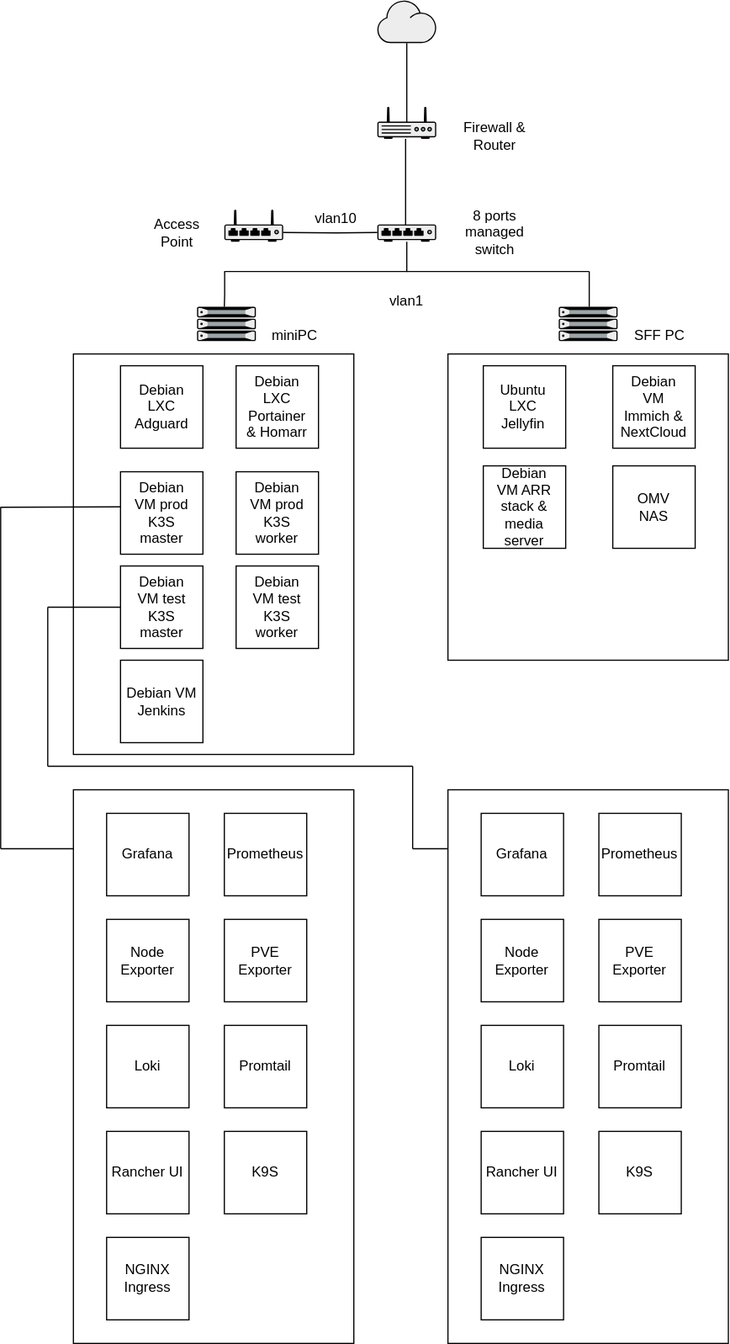
This is homelab.svg from AlexStefan17/homelab, a draw.io export, as it was before one commit. Source tidied: cells renumbered, new cells last; positions are measured from the earlier drawing's top-left corner, leaving out a move shared by most shapes.
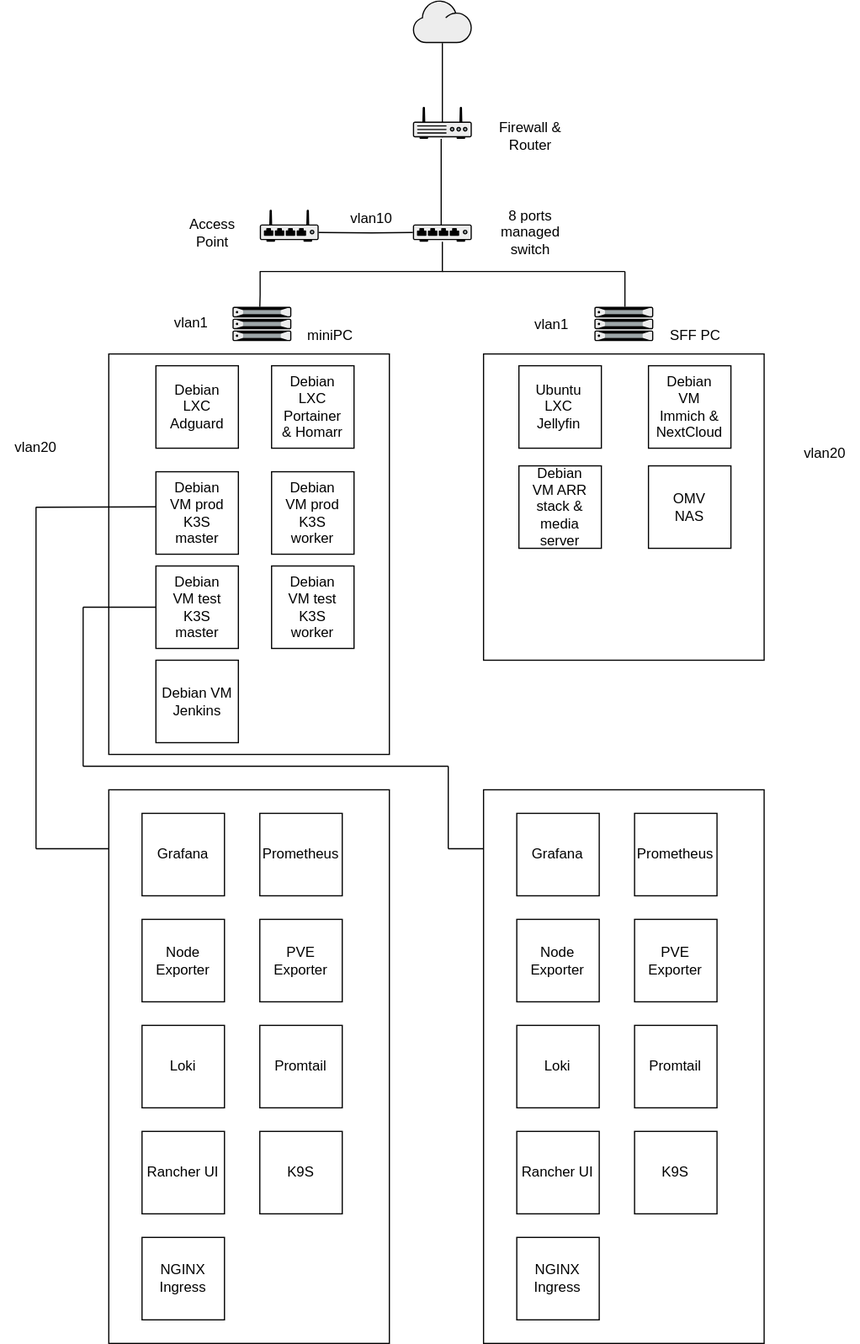
The same diagram one commit later.

Diff of the diagram source:
```diff
@@ -267,10 +267,19 @@
       </mxGeometry>
     </mxCell>
     <mxCell id="71" value="vlan1" style="text;html=1;whiteSpace=wrap;strokeColor=none;fillColor=none;align=center;verticalAlign=middle;rounded=0;" parent="1" vertex="1">
-      <mxGeometry x="315" y="240" width="60" height="30" as="geometry" />
+      <mxGeometry x="101.8" y="259.1" width="60" height="30" as="geometry" />
     </mxCell>
     <mxCell id="72" value="vlan10" style="text;html=1;whiteSpace=wrap;strokeColor=none;fillColor=none;align=center;verticalAlign=middle;rounded=0;" parent="1" vertex="1">
       <mxGeometry x="255" y="170" width="60" height="30" as="geometry" />
     </mxCell>
+    <mxCell id="73" value="vlan1" style="text;html=1;whiteSpace=wrap;strokeColor=none;fillColor=none;align=center;verticalAlign=middle;rounded=0;" parent="1" vertex="1">
+      <mxGeometry x="408.2" y="260" width="60" height="30" as="geometry" />
+    </mxCell>
+    <mxCell id="74" value="vlan20" style="text;html=1;whiteSpace=wrap;strokeColor=none;fillColor=none;align=center;verticalAlign=middle;rounded=0;" parent="1" vertex="1">
+      <mxGeometry x="-30" y="365" width="60" height="30" as="geometry" />
+    </mxCell>
+    <mxCell id="75" value="vlan20" style="text;html=1;whiteSpace=wrap;strokeColor=none;fillColor=none;align=center;verticalAlign=middle;rounded=0;" parent="1" vertex="1">
+      <mxGeometry x="640" y="370" width="60" height="30" as="geometry" />
+    </mxCell>
   </root>
 </mxGraphModel>
```
